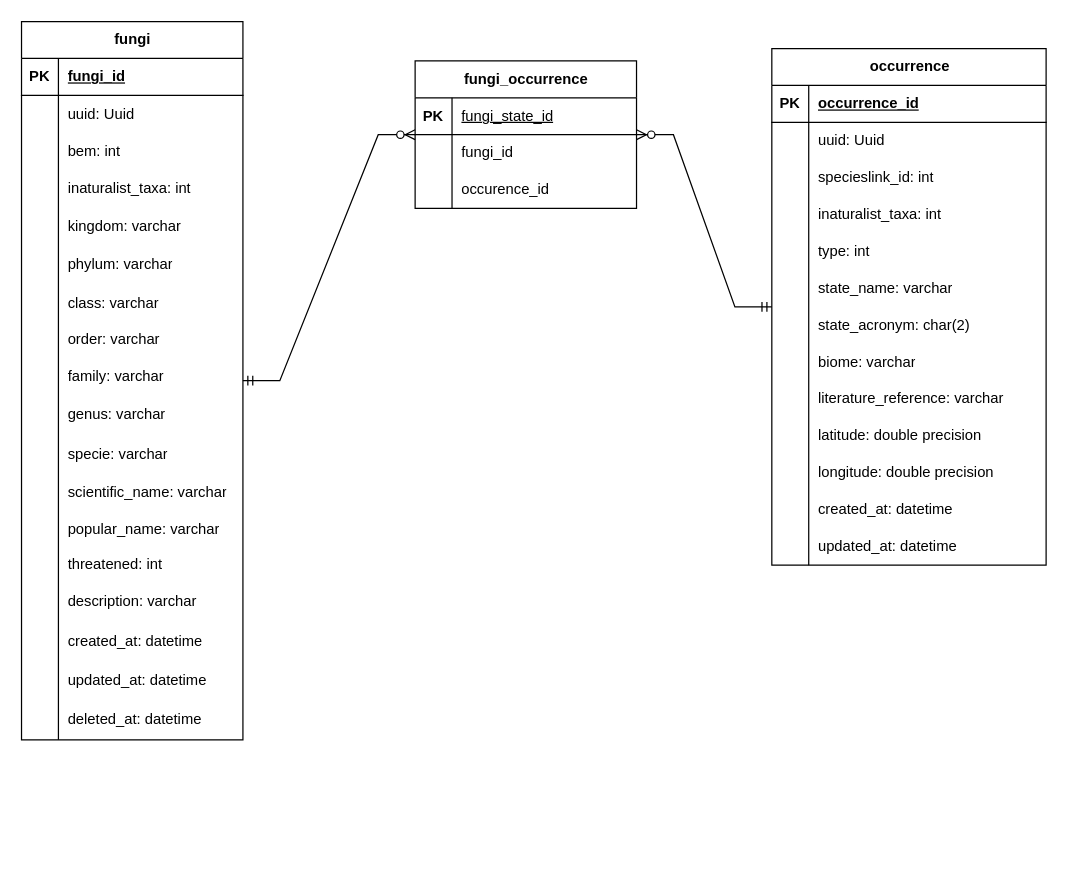
The draw.io diagram BEM-bd.drawio in G2BC/BEM-docs, before the edit. Source tidied: cells renumbered, new cells numbered last; positions are measured from the earlier drawing's top-left corner, leaving out a move shared by most shapes. Both pictures are drawn from the tidied source at 123%, with x=0, y=0 at pixel (21, 21).
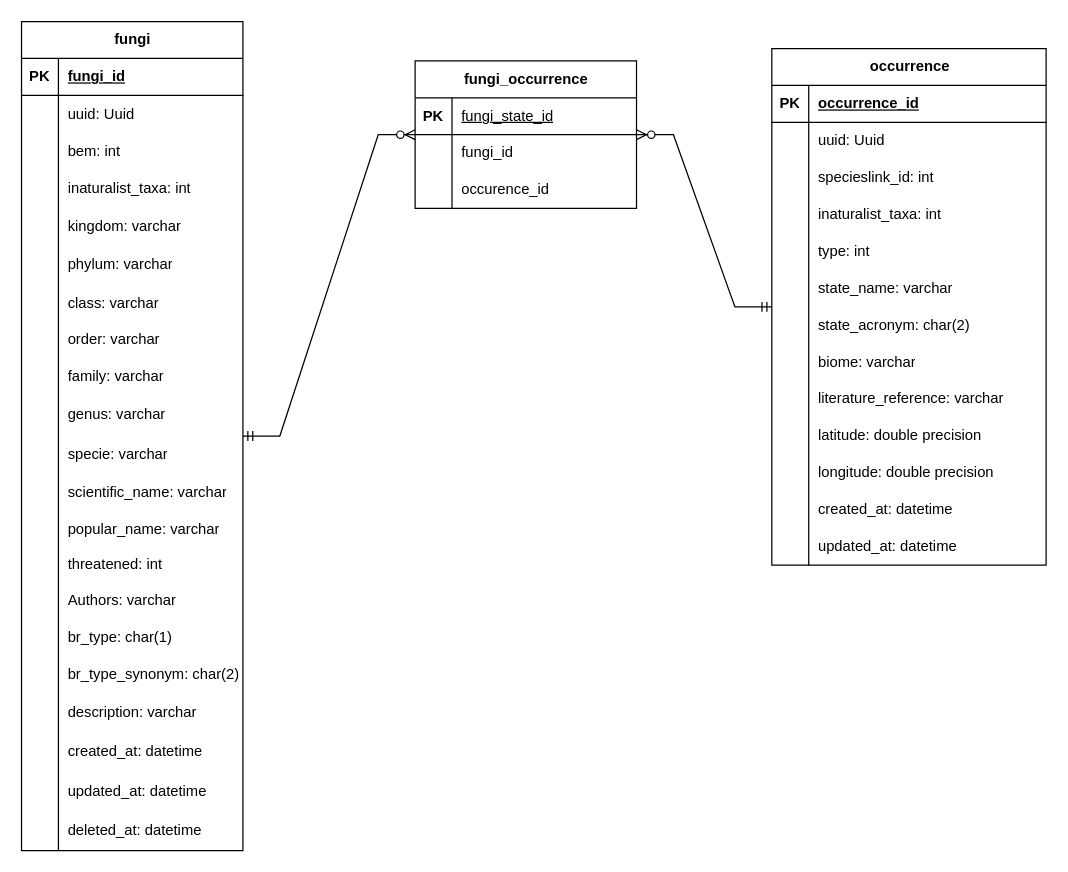
The same diagram, later.

Diff of the diagram source:
```diff
@@
     <mxCell id="2" value="fungi" style="shape=table;startSize=30;childLayout=tableLayout;rowLines=0;fontStyle=1;align=center;html=1;" parent="1" vertex="1">
-      <mxGeometry width="180" height="584" as="geometry" />
+      <mxGeometry width="180" height="674" as="geometry" />
     </mxCell>
@@
+    <mxCell id="109" style="shape=tableRow;horizontal=0;startSize=0;swimlaneHead=0;swimlaneBody=0;fillColor=none;top=0;left=0;right=0;bottom=0;" parent="2" vertex="1">
+      <mxGeometry y="456" width="180" height="30" as="geometry" />
+    </mxCell>
+    <mxCell id="110" style="shape=partialRectangle;fillColor=none;top=0;left=0;bottom=0;right=0;overflow=hidden;whiteSpace=wrap;html=1;" parent="109" vertex="1">
+      <mxGeometry width="30" height="30" as="geometry" />
+    </mxCell>
+    <mxCell id="111" value="Authors: varchar" style="shape=partialRectangle;fillColor=none;top=0;left=0;bottom=0;right=0;align=left;spacingLeft=6;overflow=hidden;whiteSpace=wrap;html=1;" parent="109" vertex="1">
+      <mxGeometry x="30" width="150" height="30" as="geometry" />
+    </mxCell>
+    <mxCell id="112" style="shape=tableRow;horizontal=0;startSize=0;swimlaneHead=0;swimlaneBody=0;fillColor=none;top=0;left=0;right=0;bottom=0;" parent="2" vertex="1">
+      <mxGeometry y="486" width="180" height="30" as="geometry" />
+    </mxCell>
+    <mxCell id="113" style="shape=partialRectangle;fillColor=none;top=0;left=0;bottom=0;right=0;overflow=hidden;whiteSpace=wrap;html=1;" parent="112" vertex="1">
+      <mxGeometry width="30" height="30" as="geometry" />
+    </mxCell>
+    <mxCell id="114" value="br_type: char(1)" style="shape=partialRectangle;fillColor=none;top=0;left=0;bottom=0;right=0;align=left;spacingLeft=6;overflow=hidden;whiteSpace=wrap;html=1;" parent="112" vertex="1">
+      <mxGeometry x="30" width="150" height="30" as="geometry" />
+    </mxCell>
+    <mxCell id="115" style="shape=tableRow;horizontal=0;startSize=0;swimlaneHead=0;swimlaneBody=0;fillColor=none;top=0;left=0;right=0;bottom=0;" parent="2" vertex="1">
+      <mxGeometry y="516" width="180" height="30" as="geometry" />
+    </mxCell>
+    <mxCell id="116" style="shape=partialRectangle;fillColor=none;top=0;left=0;bottom=0;right=0;overflow=hidden;whiteSpace=wrap;html=1;" parent="115" vertex="1">
+      <mxGeometry width="30" height="30" as="geometry" />
+    </mxCell>
+    <mxCell id="117" value="&lt;div&gt;br_type_synonym: char(2)&lt;/div&gt;" style="shape=partialRectangle;fillColor=none;top=0;left=0;bottom=0;right=0;align=left;spacingLeft=6;overflow=hidden;whiteSpace=wrap;html=1;" parent="115" vertex="1">
+      <mxGeometry x="30" width="150" height="30" as="geometry" />
+    </mxCell>
     <mxCell id="45" style="shape=tableRow;horizontal=0;startSize=0;swimlaneHead=0;swimlaneBody=0;fillColor=none;top=0;left=0;right=0;bottom=0;" parent="2" vertex="1">
-      <mxGeometry y="456" width="180" height="32" as="geometry" />
+      <mxGeometry y="546" width="180" height="32" as="geometry" />
     </mxCell>
@@
     <mxCell id="48" style="shape=tableRow;horizontal=0;startSize=0;swimlaneHead=0;swimlaneBody=0;fillColor=none;top=0;left=0;right=0;bottom=0;" parent="2" vertex="1">
-      <mxGeometry y="488" width="180" height="32" as="geometry" />
+      <mxGeometry y="578" width="180" height="32" as="geometry" />
     </mxCell>
@@
     <mxCell id="51" style="shape=tableRow;horizontal=0;startSize=0;swimlaneHead=0;swimlaneBody=0;fillColor=none;top=0;left=0;right=0;bottom=0;" parent="2" vertex="1">
-      <mxGeometry y="520" width="180" height="32" as="geometry" />
+      <mxGeometry y="610" width="180" height="32" as="geometry" />
     </mxCell>
@@
     <mxCell id="54" style="shape=tableRow;horizontal=0;startSize=0;swimlaneHead=0;swimlaneBody=0;fillColor=none;top=0;left=0;right=0;bottom=0;" parent="2" vertex="1">
-      <mxGeometry y="552" width="180" height="32" as="geometry" />
+      <mxGeometry y="642" width="180" height="32" as="geometry" />
     </mxCell>
```
